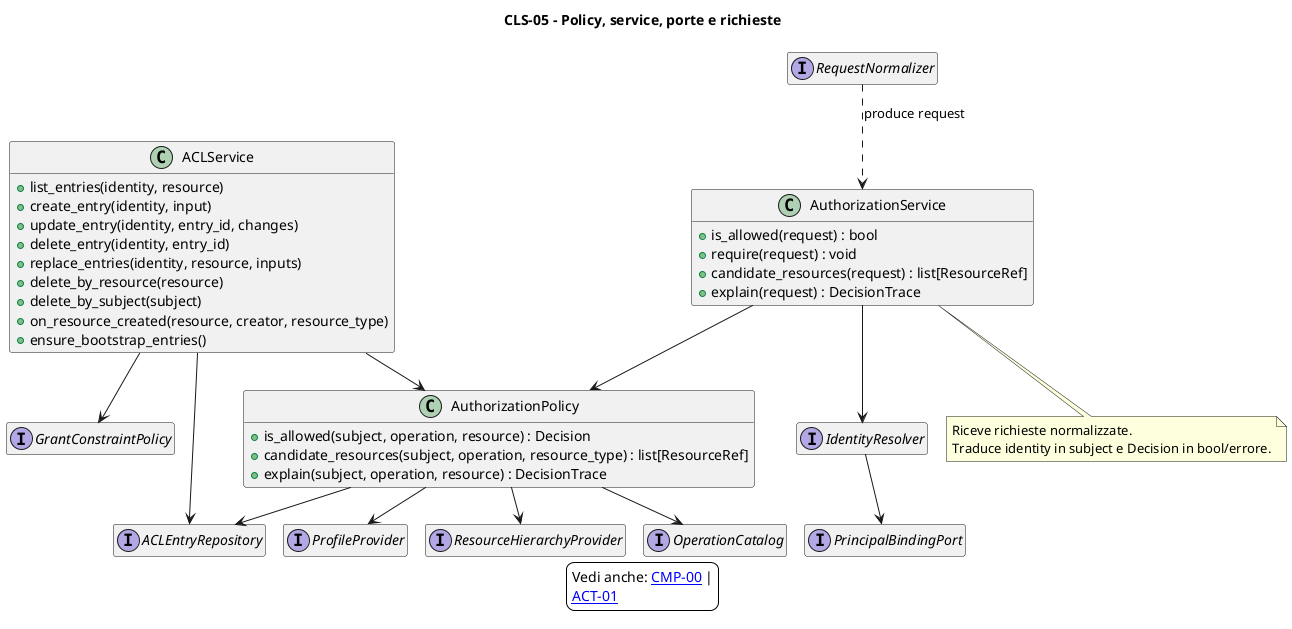
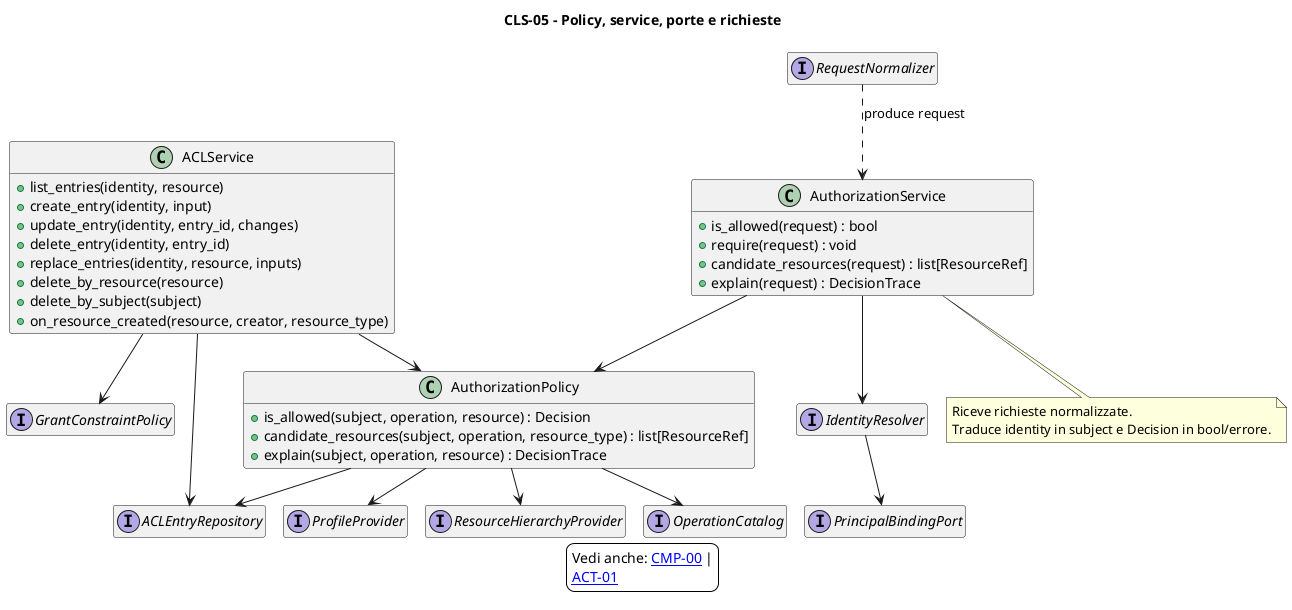
@startuml 05_policy_services_ports
' Title: Sistema ACL - 05_policy_services_ports
' Author/Licensor: Francesco
' Source: this repository
' License: Creative Commons Attribution-ShareAlike 4.0 International
' License URL: https://creativecommons.org/licenses/by-sa/4.0/
' SPDX-License-Identifier: CC-BY-SA-4.0
!pragma layout smetana
skinparam backgroundColor white
skinparam nodesep 80
skinparam ranksep 80
title CLS-05 - Policy, service, porte e richieste
skinparam shadowing false
hide empty members

class AuthorizationPolicy {
  +is_allowed(subject, operation, resource) : Decision
  +candidate_resources(subject, operation, resource_type) : list[ResourceRef]
  +explain(subject, operation, resource) : DecisionTrace
}

class AuthorizationService {
  +is_allowed(request) : bool
  +require(request) : void
  +candidate_resources(request) : list[ResourceRef]
  +explain(request) : DecisionTrace
}

class ACLService {
  +list_entries(identity, resource)
  +create_entry(identity, input)
  +update_entry(identity, entry_id, changes)
  +delete_entry(identity, entry_id)
  +replace_entries(identity, resource, inputs)
  +delete_by_resource(resource)
  +delete_by_subject(subject)
  +on_resource_created(resource, creator, resource_type)
-   +ensure_bootstrap_entries()
}

interface ACLEntryRepository
interface IdentityResolver
interface RequestNormalizer
interface ProfileProvider
interface ResourceHierarchyProvider
interface OperationCatalog
interface GrantConstraintPolicy
interface PrincipalBindingPort

AuthorizationService --> AuthorizationPolicy
AuthorizationService --> IdentityResolver
RequestNormalizer ..> AuthorizationService : produce request
ACLService --> AuthorizationPolicy
ACLService --> ACLEntryRepository
ACLService --> GrantConstraintPolicy
AuthorizationPolicy --> ACLEntryRepository
AuthorizationPolicy --> ProfileProvider
AuthorizationPolicy --> ResourceHierarchyProvider
AuthorizationPolicy --> OperationCatalog
IdentityResolver --> PrincipalBindingPort

note bottom of AuthorizationService
  Riceve richieste normalizzate.
  Traduce identity in subject e Decision in bool/errore.
end note

legend
  Vedi anche: [[../componenti/00_mappa_componenti.puml CMP-00]] |
  [[../attivit%C3%A0/01_valutazione_is_allowed.puml ACT-01]]
endlegend
@enduml
